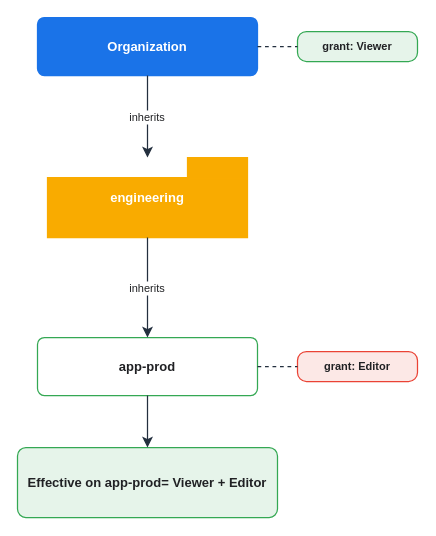
The draw.io diagram assets/img/gcp/gcp-iam-inheritance.drawio in KKamJi98/kkamji98.github.io, before the edit. Source tidied: cells renumbered, new cells numbered last; positions are measured from the earlier drawing's top-left corner, leaving out a move shared by most shapes. Both pictures are drawn from the tidied source at 100%, with x=0, y=0 at pixel (17, 17).
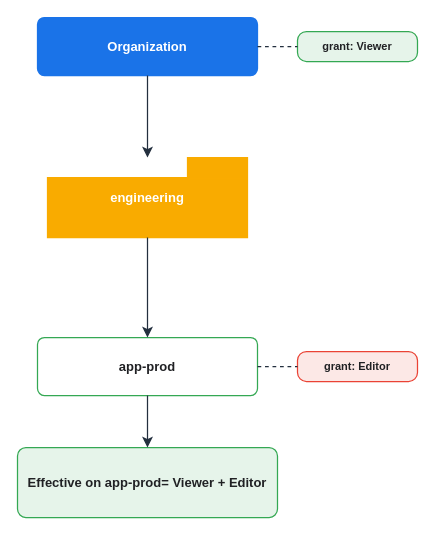
After the change.

What changed in the source:
```diff
@@
 <mxGraphModel background="#FFFFFF">
   <root>
     <mxCell id="0" />
     <mxCell id="1" parent="0" />
     <mxCell id="2" value="Organization" style="rounded=1;arcSize=12;whiteSpace=wrap;html=0;fillColor=#1A73E8;strokeColor=#1A73E8;fontColor=#FFFFFF;fontSize=13;fontStyle=1;verticalAlign=middle;align=center;strokeWidth=1.25;" parent="1" vertex="1">
       <mxGeometry x="20" width="220" height="58" as="geometry" />
     </mxCell>
     <mxCell id="3" value="grant: Viewer" style="rounded=1;arcSize=30;whiteSpace=wrap;html=0;fillColor=#E6F4EA;strokeColor=#34A853;fontColor=#202124;fontSize=11;fontStyle=1;verticalAlign=middle;align=center;strokeWidth=1.25;" parent="1" vertex="1">
       <mxGeometry x="280" y="14" width="120" height="30" as="geometry" />
     </mxCell>
     <mxCell id="4" value="engineering" style="shape=folder;html=0;whiteSpace=wrap;fillColor=#F9AB00;strokeColor=#F9AB00;fontColor=#FFFFFF;fontSize=13;fontStyle=1;verticalAlign=middle;align=center;strokeWidth=1.25;" parent="1" vertex="1">
       <mxGeometry x="30" y="140" width="200" height="80" as="geometry" />
     </mxCell>
     <mxCell id="5" value="app-prod" style="rounded=1;arcSize=12;whiteSpace=wrap;html=0;fillColor=#FFFFFF;strokeColor=#34A853;fontColor=#202124;fontSize=13;fontStyle=1;verticalAlign=middle;align=center;strokeWidth=1.25;" parent="1" vertex="1">
       <mxGeometry x="20" y="320" width="220" height="58" as="geometry" />
     </mxCell>
     <mxCell id="6" value="grant: Editor" style="rounded=1;arcSize=30;whiteSpace=wrap;html=0;fillColor=#FCE8E6;strokeColor=#EA4335;fontColor=#202124;fontSize=11;fontStyle=1;verticalAlign=middle;align=center;strokeWidth=1.25;" parent="1" vertex="1">
       <mxGeometry x="280" y="334" width="120" height="30" as="geometry" />
     </mxCell>
     <mxCell id="7" value="Effective on app-prod= Viewer + Editor" style="rounded=1;arcSize=12;whiteSpace=wrap;html=0;fillColor=#E6F4EA;strokeColor=#34A853;fontColor=#202124;fontSize=13;fontStyle=1;verticalAlign=middle;align=center;strokeWidth=1.25;" parent="1" vertex="1">
       <mxGeometry y="430" width="260" height="70" as="geometry" />
     </mxCell>
     <mxCell id="8" style="edgeStyle=orthogonalEdgeStyle;html=0;rounded=0;strokeColor=#232F3E;strokeWidth=1.25;fontColor=#202124;endArrow=none;dashed=1;exitX=1;exitY=0.5;exitDx=0;exitDy=0;entryX=0;entryY=0.5;entryDx=0;entryDy=0;" parent="1" edge="1" source="2" target="3">
       <mxGeometry relative="1" as="geometry" />
     </mxCell>
     <mxCell id="9" style="edgeStyle=orthogonalEdgeStyle;html=0;rounded=0;strokeColor=#232F3E;strokeWidth=1.25;fontColor=#202124;endArrow=none;dashed=1;exitX=1;exitY=0.5;exitDx=0;exitDy=0;entryX=0;entryY=0.5;entryDx=0;entryDy=0;" parent="1" edge="1" source="5" target="6">
       <mxGeometry relative="1" as="geometry" />
     </mxCell>
-    <mxCell id="10" value="inherits" style="edgeStyle=orthogonalEdgeStyle;html=0;rounded=0;strokeColor=#232F3E;strokeWidth=1.25;fontColor=#202124;labelBackgroundColor=#FFFFFF;endArrow=classic;exitX=0.5;exitY=1;exitDx=0;exitDy=0;entryX=0.5;entryY=0;entryDx=0;entryDy=0;endSize=7;" parent="1" edge="1" source="2" target="4">
+    <mxCell id="10" style="edgeStyle=orthogonalEdgeStyle;html=0;rounded=0;strokeColor=#232F3E;strokeWidth=1.25;fontColor=#202124;labelBackgroundColor=none;endArrow=classic;exitX=0.5;exitY=1;exitDx=0;exitDy=0;entryX=0.5;entryY=0;entryDx=0;entryDy=0;endSize=7;" parent="1" edge="1" source="2" target="4">
       <mxGeometry relative="1" as="geometry" />
     </mxCell>
-    <mxCell id="11" value="inherits" style="edgeStyle=orthogonalEdgeStyle;html=0;rounded=0;strokeColor=#232F3E;strokeWidth=1.25;fontColor=#202124;labelBackgroundColor=#FFFFFF;endArrow=classic;exitX=0.5;exitY=1;exitDx=0;exitDy=0;entryX=0.5;entryY=0;entryDx=0;entryDy=0;endSize=7;" parent="1" edge="1" source="4" target="5">
+    <mxCell id="11" style="edgeStyle=orthogonalEdgeStyle;html=0;rounded=0;strokeColor=#232F3E;strokeWidth=1.25;fontColor=#202124;labelBackgroundColor=none;endArrow=classic;exitX=0.5;exitY=1;exitDx=0;exitDy=0;entryX=0.5;entryY=0;entryDx=0;entryDy=0;endSize=7;" parent="1" edge="1" source="4" target="5">
       <mxGeometry relative="1" as="geometry" />
     </mxCell>
     <mxCell id="12" style="edgeStyle=orthogonalEdgeStyle;html=0;rounded=0;strokeColor=#232F3E;strokeWidth=1.25;fontColor=#202124;endArrow=classic;exitX=0.5;exitY=1;exitDx=0;exitDy=0;entryX=0.5;entryY=0;entryDx=0;entryDy=0;endSize=7;" parent="1" edge="1" source="5" target="7">
       <mxGeometry relative="1" as="geometry" />
     </mxCell>
   </root>
 </mxGraphModel>
```
